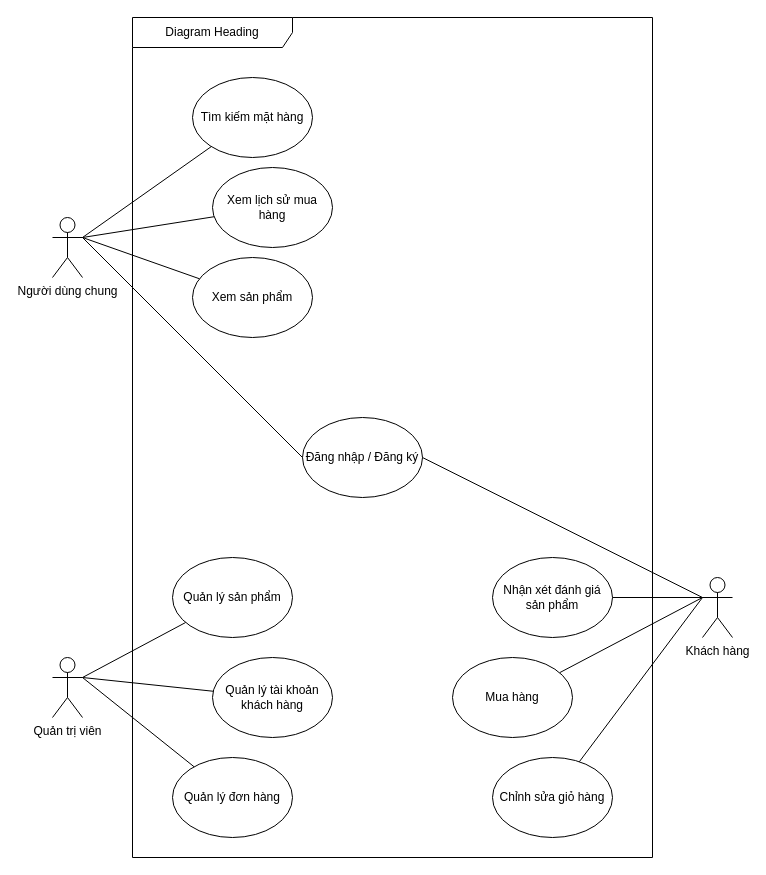
The draw.io diagram DA-CNPM.drawio in QuangHuy2201/CSDL, before the edit. Source tidied: cells renumbered, new cells numbered last; positions are measured from the earlier drawing's top-left corner, leaving out a move shared by most shapes. Both pictures are drawn from the tidied source at 100%, with x=0, y=0 at pixel (52, 17).
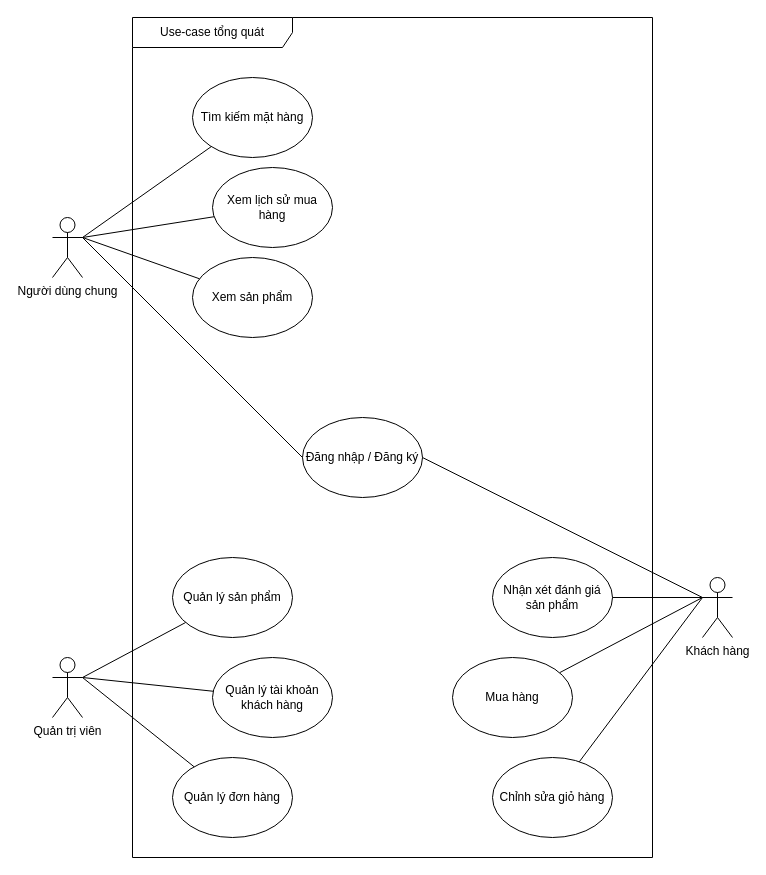
The same page after the edit.

Commit message (it also covers changes not shown here):
Cập nhật DA-CNPM.drawio

Change to the diagram source:
```diff
@@
-    <mxCell id="26" value="Diagram Heading" style="shape=umlFrame;whiteSpace=wrap;html=1;width=160;" parent="1" vertex="1">
+    <mxCell id="26" value="Use-case tổng quát" style="shape=umlFrame;whiteSpace=wrap;html=1;width=160;" parent="1" vertex="1">
       <mxGeometry x="80" width="520" height="840" as="geometry" />
     </mxCell>
```
